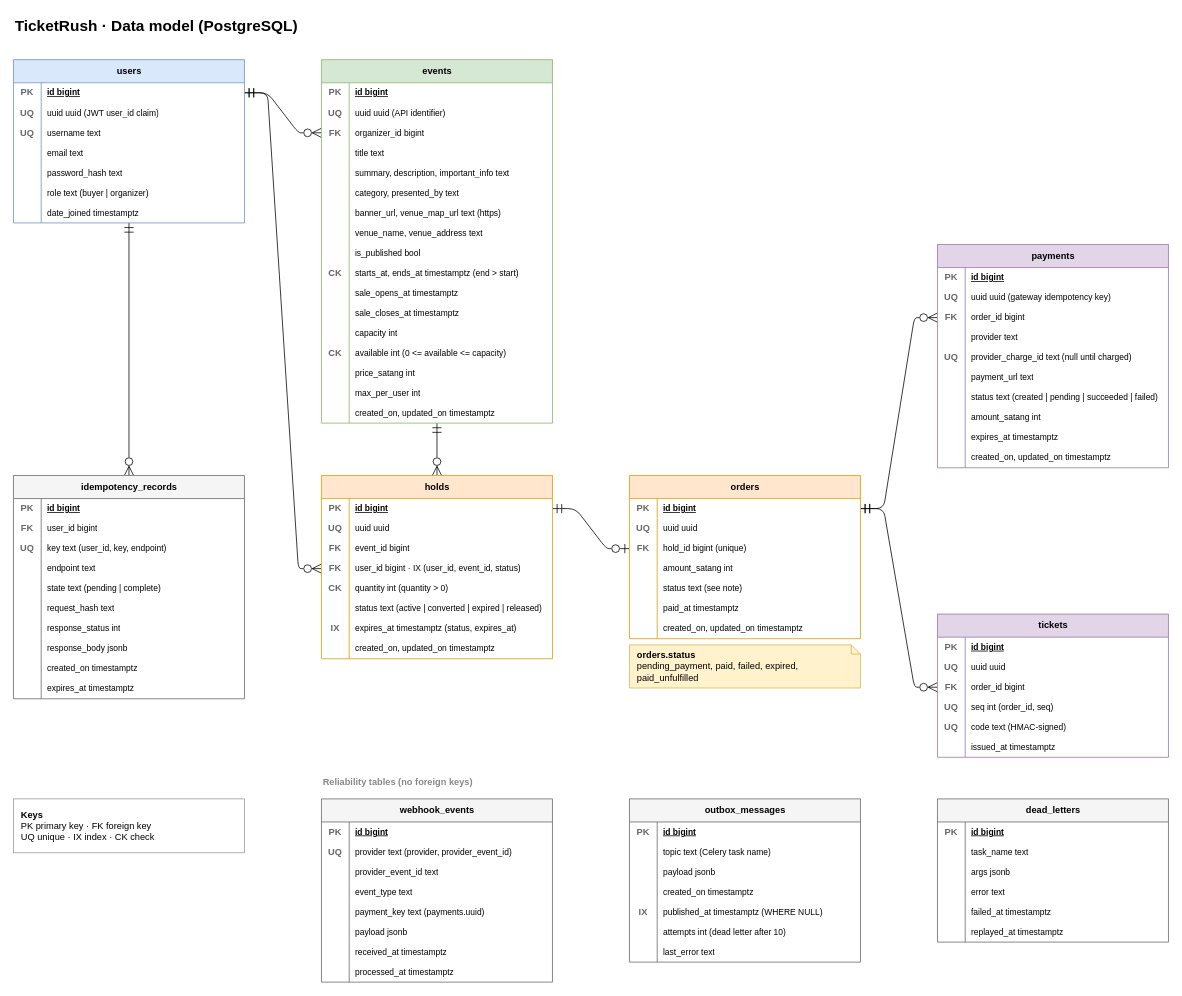
The draw.io diagram docs/diagrams/data-model.drawio in NaphatJM/ticketrush, before the edit. Source tidied: cells renumbered, new cells numbered last; positions are measured from the earlier drawing's top-left corner, leaving out a move shared by most shapes. Both pictures are drawn from the tidied source at 77%, with x=0, y=0 at pixel (13, 13).
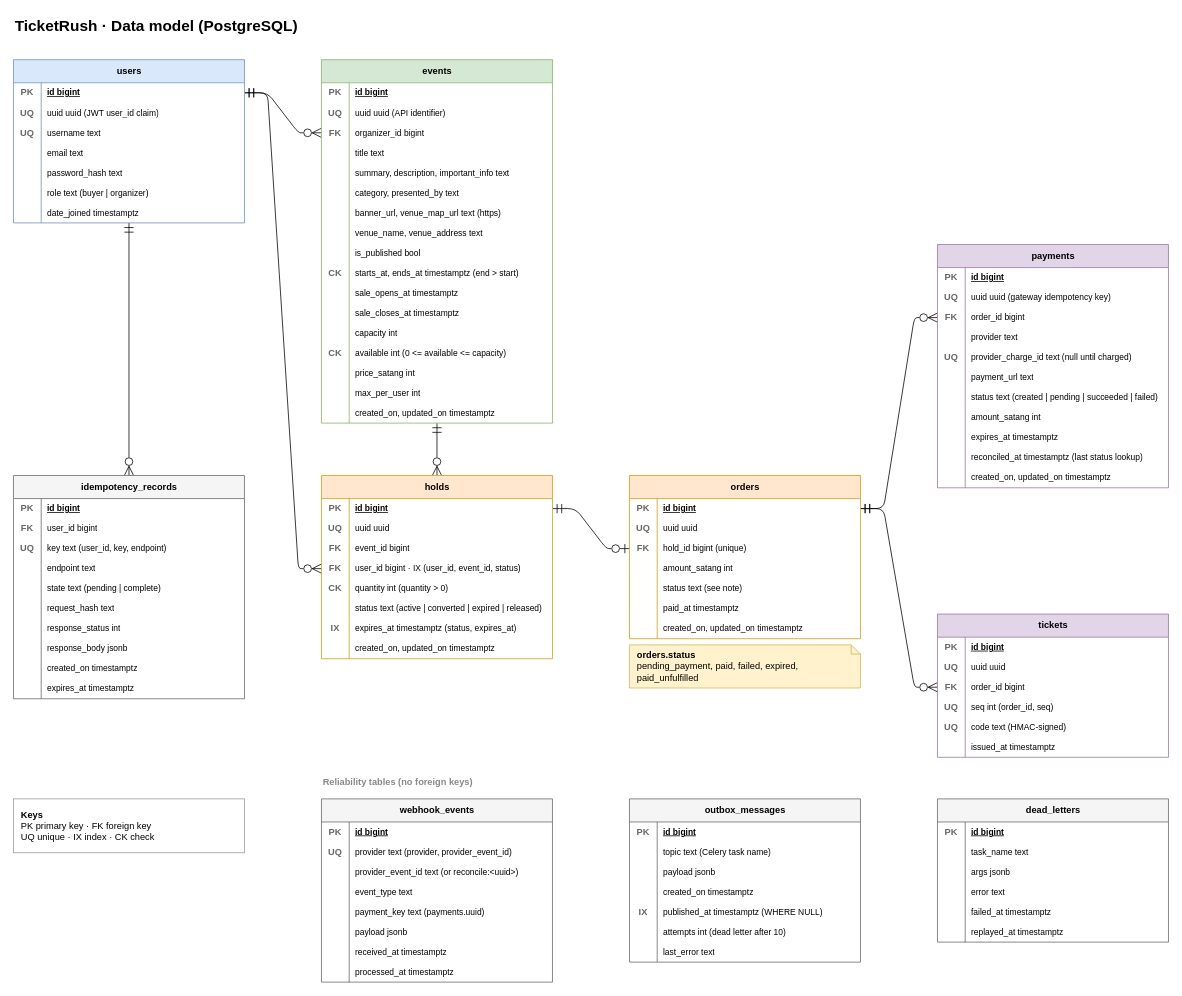
The same page after the edit.

The change refers to these unchanged cells:
```xml
<mxCell id="183" style="shape=tableRow;horizontal=0;startSize=0;swimlaneHead=0;swimlaneBody=0;fillColor=none;top=0;left=0;right=0;bottom=0;html=1;" parent="155" vertex="1">
  <mxGeometry y="264" width="300" height="26" as="geometry" />
</mxCell>
<mxCell id="212" style="shape=tableRow;horizontal=0;startSize=0;swimlaneHead=0;swimlaneBody=0;fillColor=none;top=0;left=0;right=0;bottom=0;html=1;" parent="205" vertex="1">
  <mxGeometry y="82" width="300" height="26" as="geometry" />
</mxCell>
```

Change to the diagram source:
```diff
@@
     <mxCell id="155" value="payments" style="shape=table;startSize=30;childLayout=tableLayout;rowLines=0;fontStyle=1;align=center;html=1;fillColor=#e1d5e7;strokeColor=#9673a6;swimlaneFillColor=#ffffff;" parent="2" vertex="1">
-      <mxGeometry x="1200" y="300" width="300" height="290" as="geometry" />
+      <mxGeometry x="1200" y="300" width="300" height="316" as="geometry" />
     </mxCell>
@@
-    <mxCell id="185" value="created_on, updated_on timestamptz" style="shape=partialRectangle;fillColor=none;top=0;left=0;bottom=0;right=0;align=left;spacingLeft=6;overflow=hidden;html=1;fontSize=11;" parent="183" vertex="1">
+    <mxCell id="185" value="reconciled_at timestamptz  (last status lookup)" style="shape=partialRectangle;fillColor=none;top=0;left=0;bottom=0;right=0;align=left;spacingLeft=6;overflow=hidden;html=1;fontSize=11;" parent="183" vertex="1">
       <mxGeometry x="36" width="264" height="26" as="geometry" />
     </mxCell>
+    <mxCell id="282" style="shape=tableRow;horizontal=0;startSize=0;swimlaneHead=0;swimlaneBody=0;fillColor=none;top=0;left=0;right=0;bottom=0;html=1;" parent="155" vertex="1">
+      <mxGeometry y="290" width="300" height="26" as="geometry" />
+    </mxCell>
+    <mxCell id="283" style="shape=partialRectangle;fillColor=none;top=0;left=0;bottom=0;right=0;fontStyle=1;overflow=hidden;html=1;fontColor=#666666;" parent="282" vertex="1">
+      <mxGeometry width="36" height="26" as="geometry" />
+    </mxCell>
+    <mxCell id="284" value="created_on, updated_on timestamptz" style="shape=partialRectangle;fillColor=none;top=0;left=0;bottom=0;right=0;align=left;spacingLeft=6;overflow=hidden;html=1;fontSize=11;" parent="282" vertex="1">
+      <mxGeometry x="36" width="264" height="26" as="geometry" />
+    </mxCell>
@@
-    <mxCell id="214" value="provider_event_id text" style="shape=partialRectangle;fillColor=none;top=0;left=0;bottom=0;right=0;align=left;spacingLeft=6;overflow=hidden;html=1;fontSize=11;" parent="212" vertex="1">
+    <mxCell id="214" value="provider_event_id text  (or reconcile:&amp;lt;uuid&amp;gt;)" style="shape=partialRectangle;fillColor=none;top=0;left=0;bottom=0;right=0;align=left;spacingLeft=6;overflow=hidden;html=1;fontSize=11;" parent="212" vertex="1">
       <mxGeometry x="36" width="264" height="26" as="geometry" />
     </mxCell>
```
